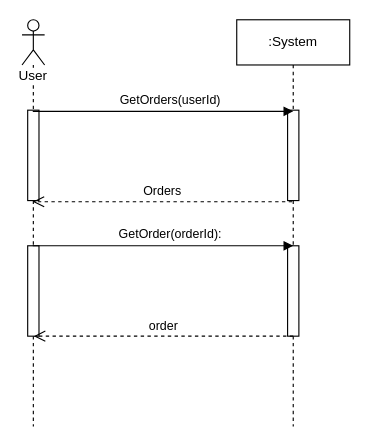
The draw.io diagram Lab3/Бугаков/3Прецедент.drawio in denissfloww/Information-systems-design, before the edit. Source tidied: cells renumbered, new cells numbered last; positions are measured from the earlier drawing's top-left corner, leaving out a move shared by most shapes. Both pictures are drawn from the tidied source at 113%, with x=0, y=0 at pixel (21, 19).
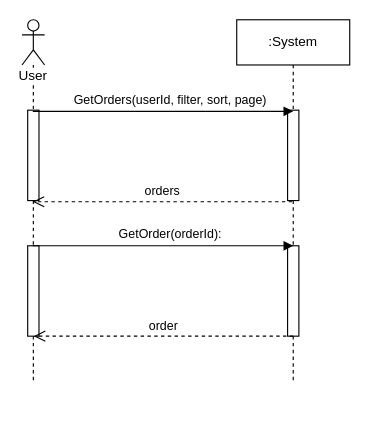
After the change.

Diff of the diagram source:
```diff
@@
 <mxGraphModel>
   <root>
     <mxCell id="0" />
     <mxCell id="1" parent="0" />
     <mxCell id="2" value="User" style="shape=umlLifeline;participant=umlActor;perimeter=lifelinePerimeter;whiteSpace=wrap;html=1;verticalAlign=top;spacingTop=36;labelBackgroundColor=#ffffff;outlineConnect=0;" parent="1" vertex="1">
-      <mxGeometry width="20" height="360" as="geometry" />
+      <mxGeometry width="20" height="320" as="geometry" />
     </mxCell>
     <mxCell id="3" style="html=1;perimeter=orthogonalPerimeter;" parent="2" vertex="1">
       <mxGeometry x="5" y="80" width="10" height="80" as="geometry" />
     </mxCell>
     <mxCell id="4" style="html=1;perimeter=orthogonalPerimeter;" parent="2" vertex="1">
       <mxGeometry x="5" y="200" width="10" height="80" as="geometry" />
     </mxCell>
     <mxCell id="5" value=":System" style="shape=umlLifeline;perimeter=lifelinePerimeter;whiteSpace=wrap;html=1;" parent="1" vertex="1">
-      <mxGeometry x="190" width="100" height="360" as="geometry" />
+      <mxGeometry x="190" width="100" height="320" as="geometry" />
     </mxCell>
     <mxCell id="6" style="html=1;points=[];perimeter=orthogonalPerimeter;" parent="5" vertex="1">
       <mxGeometry x="45" y="80" width="10" height="80" as="geometry" />
     </mxCell>
     <mxCell id="7" style="html=1;perimeter=orthogonalPerimeter;" parent="5" vertex="1">
       <mxGeometry x="45" y="200" width="10" height="80" as="geometry" />
     </mxCell>
-    <mxCell id="8" value="&lt;span lang=&quot;EN-US&quot;&gt;GetOrders(userId)&lt;/span&gt;" style="html=1;verticalAlign=bottom;endArrow=block;entryX=0.5;entryY=0.013;entryDx=0;entryDy=0;entryPerimeter=0;" parent="1" edge="1" source="2" target="6">
+    <mxCell id="8" value="&lt;span lang=&quot;EN-US&quot;&gt;GetOrders(userId, filter, sort, page)&lt;/span&gt;&lt;br&gt;" style="html=1;verticalAlign=bottom;endArrow=block;entryX=0.5;entryY=0.013;entryDx=0;entryDy=0;entryPerimeter=0;" parent="1" edge="1" source="2" target="6">
       <mxGeometry x="0.05" y="1" relative="1" as="geometry" />
     </mxCell>
-    <mxCell id="9" value="Orders" style="html=1;verticalAlign=bottom;endArrow=open;dashed=1;endSize=8;exitX=0.4;exitY=1.013;exitDx=0;exitDy=0;exitPerimeter=0;" parent="1" edge="1" source="6" target="2">
+    <mxCell id="9" value="orders" style="html=1;verticalAlign=bottom;endArrow=open;dashed=1;endSize=8;exitX=0.4;exitY=1.013;exitDx=0;exitDy=0;exitPerimeter=0;" parent="1" edge="1" source="6" target="2">
       <mxGeometry relative="1" as="geometry" />
     </mxCell>
     <mxCell id="10" value="GetOrder(orderId):" style="html=1;verticalAlign=bottom;endArrow=block;entryX=0.5;entryY=0.013;entryDx=0;entryDy=0;entryPerimeter=0;" parent="1" edge="1">
       <mxGeometry x="0.05" y="1" relative="1" as="geometry">
         <mxPoint x="9.5" y="200" as="sourcePoint" />
         <mxPoint x="240" y="200" as="targetPoint" />
       </mxGeometry>
     </mxCell>
     <mxCell id="11" value="order" style="html=1;verticalAlign=bottom;endArrow=open;dashed=1;endSize=8;exitX=0.4;exitY=1.013;exitDx=0;exitDy=0;exitPerimeter=0;" parent="1" edge="1">
       <mxGeometry relative="1" as="geometry">
         <mxPoint x="240" y="280" as="sourcePoint" />
         <mxPoint x="10.5" y="280" as="targetPoint" />
       </mxGeometry>
     </mxCell>
   </root>
 </mxGraphModel>
```
